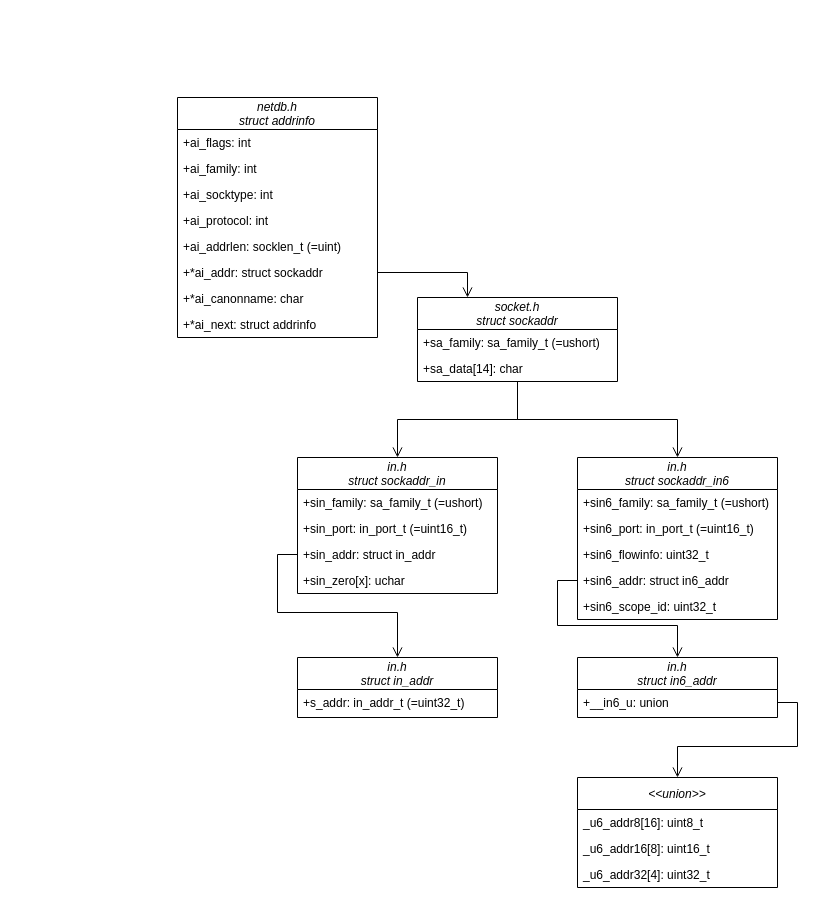
This is socket/doc/img/socket.drawio from Riliumph/cpp_util, a draw.io file, before an edit. Source tidied: cells renumbered, new cells numbered last; positions are measured from the earlier drawing's top-left corner, leaving out a move shared by most shapes. Both pictures are drawn from the tidied source at 100%, with x=0, y=0 at pixel (177, 97).
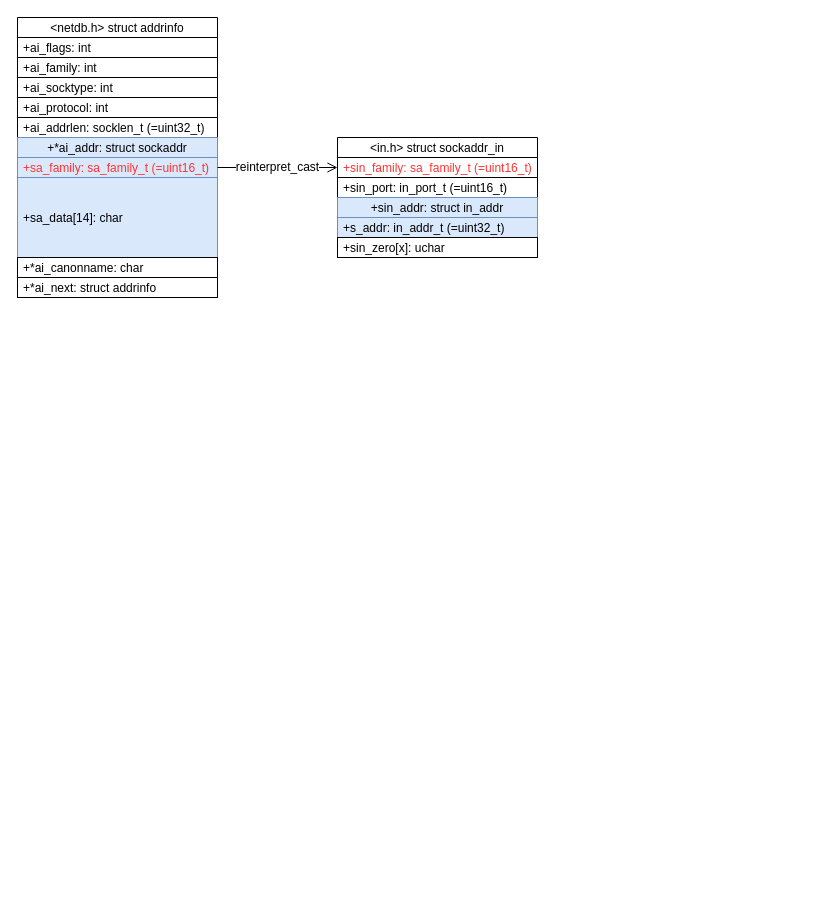
After the change.

Commit message (it also covers changes not shown here):
[update] struct addrinfo document

Diff of the diagram source:
```diff
@@
-    <mxCell id="2" value="netdb.h&#10;struct addrinfo" style="swimlane;fontStyle=2;align=center;verticalAlign=middle;horizontal=1;startSize=32;rounded=0;shadow=0;strokeWidth=1;" parent="1" vertex="1">
-      <mxGeometry width="200" height="240" as="geometry" />
-    </mxCell>
+    <mxCell id="39" value="&lt;netdb.h&gt; struct addrinfo" style="swimlane;fontStyle=0;align=center;verticalAlign=middle;horizontal=1;startSize=20;rounded=0;shadow=0;strokeWidth=1;" parent="1" vertex="1">
+      <mxGeometry x="-160" y="-80" width="200" height="280" as="geometry" />
+    </mxCell>
-    <mxCell id="3" value="+ai_flags: int" style="text;align=left;verticalAlign=top;spacingLeft=4;spacingRight=4;overflow=hidden;" parent="2" vertex="1">
-      <mxGeometry y="32" width="200" height="26" as="geometry" />
+    <mxCell id="3" value="+ai_flags: int" style="text;align=left;verticalAlign=middle;spacingLeft=4;spacingRight=4;overflow=hidden;fillColor=default;strokeColor=default;fontStyle=0;" parent="39" vertex="1">
+      <mxGeometry y="20" width="200" height="20" as="geometry" />
     </mxCell>
-    <mxCell id="4" value="+ai_family: int" style="text;align=left;verticalAlign=top;spacingLeft=4;spacingRight=4;overflow=hidden;rounded=0;shadow=0;html=0;" parent="2" vertex="1">
-      <mxGeometry y="58" width="200" height="26" as="geometry" />
+    <mxCell id="4" value="+ai_family: int" style="text;align=left;verticalAlign=middle;spacingLeft=4;spacingRight=4;overflow=hidden;rounded=0;shadow=0;html=0;fillColor=default;strokeColor=default;fontStyle=0;" parent="39" vertex="1">
+      <mxGeometry y="40" width="200" height="20" as="geometry" />
     </mxCell>
-    <mxCell id="5" value="+ai_socktype: int" style="text;align=left;verticalAlign=top;spacingLeft=4;spacingRight=4;overflow=hidden;rounded=0;shadow=0;html=0;" parent="2" vertex="1">
-      <mxGeometry y="84" width="200" height="26" as="geometry" />
+    <mxCell id="5" value="+ai_socktype: int" style="text;align=left;verticalAlign=middle;spacingLeft=4;spacingRight=4;overflow=hidden;rounded=0;shadow=0;html=0;fillColor=default;strokeColor=default;fontStyle=0;" parent="39" vertex="1">
+      <mxGeometry y="60" width="200" height="20" as="geometry" />
     </mxCell>
-    <mxCell id="6" value="+ai_protocol: int" style="text;align=left;verticalAlign=top;spacingLeft=4;spacingRight=4;overflow=hidden;" parent="2" vertex="1">
-      <mxGeometry y="110" width="200" height="26" as="geometry" />
+    <mxCell id="6" value="+ai_protocol: int" style="text;align=left;verticalAlign=middle;spacingLeft=4;spacingRight=4;overflow=hidden;fillColor=default;strokeColor=default;fontStyle=0;" parent="39" vertex="1">
+      <mxGeometry y="80" width="200" height="20" as="geometry" />
     </mxCell>
-    <mxCell id="7" value="+ai_addrlen: socklen_t (=uint)" style="text;align=left;verticalAlign=top;spacingLeft=4;spacingRight=4;overflow=hidden;rounded=0;shadow=0;html=0;" parent="2" vertex="1">
-      <mxGeometry y="136" width="200" height="26" as="geometry" />
-    </mxCell>
+    <mxCell id="40" value="+ai_addrlen: socklen_t (=uint32_t)" style="text;align=left;verticalAlign=middle;spacingLeft=4;spacingRight=4;overflow=hidden;rounded=0;shadow=0;html=0;fillColor=default;strokeColor=default;fontStyle=0;" parent="39" vertex="1">
+      <mxGeometry y="100" width="200" height="20" as="geometry" />
+    </mxCell>
-    <mxCell id="8" value="+*ai_addr: struct sockaddr" style="text;align=left;verticalAlign=top;spacingLeft=4;spacingRight=4;overflow=hidden;points=[[0,0.5],[1,0.5]];portConstraint=eastwest;rounded=0;shadow=0;html=0;" parent="2" vertex="1">
-      <mxGeometry y="162" width="200" height="26" as="geometry" />
+    <mxCell id="8" value="+*ai_addr: struct sockaddr" style="swimlane;fontStyle=0;align=center;verticalAlign=middle;horizontal=1;startSize=20;rounded=0;shadow=0;strokeWidth=1;fillColor=#dae8fc;strokeColor=#6c8ebf;" parent="39" vertex="1">
+      <mxGeometry y="120" width="200" height="120" as="geometry" />
     </mxCell>
+    <mxCell id="41" value="+sa_family: sa_family_t (=uint16_t)" style="text;align=left;verticalAlign=middle;spacingLeft=4;spacingRight=4;overflow=hidden;fillColor=#dae8fc;strokeColor=#6c8ebf;fontStyle=0;fontColor=#FF3333;" parent="8" vertex="1">
+      <mxGeometry y="20" width="200" height="20" as="geometry" />
+    </mxCell>
+    <mxCell id="15" value="+sa_data[14]: char" style="text;align=left;verticalAlign=middle;spacingLeft=4;spacingRight=4;overflow=hidden;rounded=0;shadow=0;html=0;fillColor=#dae8fc;strokeColor=#6c8ebf;fontStyle=0;" parent="8" vertex="1">
+      <mxGeometry y="40" width="200" height="80" as="geometry" />
+    </mxCell>
-    <mxCell id="9" value="+*ai_canonname: char" style="text;align=left;verticalAlign=top;spacingLeft=4;spacingRight=4;overflow=hidden;rounded=0;shadow=0;html=0;" parent="2" vertex="1">
-      <mxGeometry y="188" width="200" height="26" as="geometry" />
+    <mxCell id="9" value="+*ai_canonname: char" style="text;align=left;verticalAlign=middle;spacingLeft=4;spacingRight=4;overflow=hidden;rounded=0;shadow=0;html=0;fillColor=default;strokeColor=default;fontStyle=0;" parent="39" vertex="1">
+      <mxGeometry y="240" width="200" height="20" as="geometry" />
     </mxCell>
-    <mxCell id="10" value="+*ai_next: struct addrinfo" style="text;align=left;verticalAlign=top;spacingLeft=4;spacingRight=4;overflow=hidden;rounded=0;shadow=0;html=0;" parent="2" vertex="1">
-      <mxGeometry y="214" width="200" height="26" as="geometry" />
+    <mxCell id="10" value="+*ai_next: struct addrinfo" style="text;align=left;verticalAlign=middle;spacingLeft=4;spacingRight=4;overflow=hidden;rounded=0;shadow=0;html=0;fillColor=default;strokeColor=default;fontStyle=0;" parent="39" vertex="1">
+      <mxGeometry y="260" width="200" height="20" as="geometry" />
     </mxCell>
-    <mxCell id="11" style="edgeStyle=orthogonalEdgeStyle;rounded=0;jettySize=auto;html=1;entryX=0.5;entryY=0;entryDx=0;entryDy=0;fontSize=12;endArrow=open;endFill=0;startSize=32;endSize=8;" parent="1" edge="1" source="13" target="17">
-      <mxGeometry relative="1" as="geometry" />
-    </mxCell>
-    <mxCell id="12" style="edgeStyle=orthogonalEdgeStyle;rounded=0;jettySize=auto;html=1;entryX=0.5;entryY=0;entryDx=0;entryDy=0;fontSize=12;endArrow=open;endFill=0;startSize=32;endSize=8;" parent="1" edge="1" source="13" target="22">
-      <mxGeometry relative="1" as="geometry" />
-    </mxCell>
-    <mxCell id="13" value="socket.h&#10;struct sockaddr" style="swimlane;fontStyle=2;align=center;verticalAlign=middle;horizontal=1;startSize=32;rounded=0;shadow=0;strokeWidth=1;" parent="1" vertex="1">
-      <mxGeometry x="240" y="200" width="200" height="84" as="geometry" />
-    </mxCell>
-    <mxCell id="14" value="+sa_family: sa_family_t (=ushort)" style="text;align=left;verticalAlign=top;spacingLeft=4;spacingRight=4;overflow=hidden;" parent="13" vertex="1">
-      <mxGeometry y="32" width="200" height="26" as="geometry" />
-    </mxCell>
-    <mxCell id="15" value="+sa_data[14]: char" style="text;align=left;verticalAlign=top;spacingLeft=4;spacingRight=4;overflow=hidden;rounded=0;shadow=0;html=0;" parent="13" vertex="1">
-      <mxGeometry y="58" width="200" height="26" as="geometry" />
-    </mxCell>
-    <mxCell id="16" style="edgeStyle=orthogonalEdgeStyle;rounded=0;jettySize=auto;html=1;exitX=1;exitY=0.5;exitDx=0;exitDy=0;entryX=0.25;entryY=0;entryDx=0;entryDy=0;fontSize=12;startSize=8;endSize=8;endArrow=open;endFill=0;" parent="1" edge="1" source="8" target="13">
-      <mxGeometry relative="1" as="geometry" />
-    </mxCell>
-    <mxCell id="17" value="in.h&#10;struct sockaddr_in" style="swimlane;fontStyle=2;align=center;verticalAlign=middle;horizontal=1;startSize=32;rounded=0;shadow=0;strokeWidth=1;" parent="1" vertex="1">
-      <mxGeometry x="120" y="360" width="200" height="136" as="geometry" />
-    </mxCell>
-    <mxCell id="18" value="+sin_family: sa_family_t (=ushort)" style="text;align=left;verticalAlign=top;spacingLeft=4;spacingRight=4;overflow=hidden;" parent="17" vertex="1">
-      <mxGeometry y="32" width="200" height="26" as="geometry" />
-    </mxCell>
+    <mxCell id="42" value="reinterpret_cast" style="edgeStyle=orthogonalEdgeStyle;rounded=0;jettySize=auto;html=1;fontSize=12;endArrow=open;endFill=0;startSize=32;endSize=8;exitX=1;exitY=0.25;exitDx=0;exitDy=0;verticalAlign=middle;entryX=0;entryY=0.25;entryDx=0;entryDy=0;fontStyle=0;" parent="1" edge="1" source="8" target="43">
+      <mxGeometry relative="1" as="geometry" />
+    </mxCell>
+    <mxCell id="43" value="&lt;in.h&gt; struct sockaddr_in" style="swimlane;fontStyle=0;align=center;verticalAlign=middle;horizontal=1;startSize=20;rounded=0;shadow=0;strokeWidth=1;strokeColor=default;fontFamily=Helvetica;fontSize=12;fontColor=default;fillColor=default;" parent="1" vertex="1">
+      <mxGeometry x="160" y="40" width="200" height="120" as="geometry" />
+    </mxCell>
+    <mxCell id="44" value="+sin_family: sa_family_t (=uint16_t)" style="text;align=left;verticalAlign=middle;spacingLeft=4;spacingRight=4;overflow=hidden;fillColor=default;strokeColor=default;fontFamily=Helvetica;fontSize=12;fontColor=#FF3333;fontStyle=0;" parent="43" vertex="1">
+      <mxGeometry y="20" width="200" height="20" as="geometry" />
+    </mxCell>
-    <mxCell id="19" value="+sin_port: in_port_t (=uint16_t)" style="text;align=left;verticalAlign=top;spacingLeft=4;spacingRight=4;overflow=hidden;rounded=0;shadow=0;html=0;" parent="17" vertex="1">
-      <mxGeometry y="58" width="200" height="26" as="geometry" />
+    <mxCell id="19" value="+sin_port: in_port_t (=uint16_t)" style="text;align=left;verticalAlign=middle;spacingLeft=4;spacingRight=4;overflow=hidden;rounded=0;shadow=0;html=0;fillColor=default;strokeColor=default;fontFamily=Helvetica;fontSize=12;fontColor=default;fontStyle=0;" parent="43" vertex="1">
+      <mxGeometry y="40" width="200" height="20" as="geometry" />
     </mxCell>
-    <mxCell id="20" value="+sin_addr: struct in_addr" style="text;align=left;verticalAlign=top;spacingLeft=4;spacingRight=4;overflow=hidden;points=[[0,0.5],[1,0.5]];portConstraint=eastwest;rounded=0;shadow=0;html=0;" parent="17" vertex="1">
-      <mxGeometry y="84" width="200" height="26" as="geometry" />
+    <mxCell id="20" value="+sin_addr: struct in_addr" style="swimlane;fontStyle=0;align=center;verticalAlign=middle;horizontal=1;startSize=20;rounded=0;shadow=0;strokeWidth=1;fillColor=#dae8fc;strokeColor=#6c8ebf;" parent="43" vertex="1">
+      <mxGeometry y="60" width="200" height="40" as="geometry" />
     </mxCell>
+    <mxCell id="29" value="+s_addr: in_addr_t (=uint32_t)" style="text;align=left;verticalAlign=middle;spacingLeft=4;spacingRight=4;overflow=hidden;fillColor=#dae8fc;strokeColor=#6c8ebf;fontStyle=0;" parent="20" vertex="1">
+      <mxGeometry y="20" width="200" height="20" as="geometry" />
+    </mxCell>
-    <mxCell id="21" value="+sin_zero[x]: uchar" style="text;align=left;verticalAlign=top;spacingLeft=4;spacingRight=4;overflow=hidden;rounded=0;shadow=0;html=0;" parent="17" vertex="1">
-      <mxGeometry y="110" width="200" height="26" as="geometry" />
+    <mxCell id="21" value="+sin_zero[x]: uchar" style="text;align=left;verticalAlign=middle;spacingLeft=4;spacingRight=4;overflow=hidden;rounded=0;shadow=0;html=0;fillColor=default;strokeColor=default;fontFamily=Helvetica;fontSize=12;fontColor=default;fontStyle=0;" parent="43" vertex="1">
+      <mxGeometry y="100" width="200" height="20" as="geometry" />
     </mxCell>
-    <mxCell id="22" value="in.h&#10;struct sockaddr_in6" style="swimlane;fontStyle=2;align=center;verticalAlign=middle;horizontal=1;startSize=32;rounded=0;shadow=0;strokeWidth=1;" parent="1" vertex="1">
-      <mxGeometry x="400" y="360" width="200" height="162" as="geometry" />
-    </mxCell>
-    <mxCell id="23" value="+sin6_family: sa_family_t (=ushort)" style="text;align=left;verticalAlign=top;spacingLeft=4;spacingRight=4;overflow=hidden;" parent="22" vertex="1">
-      <mxGeometry y="32" width="200" height="26" as="geometry" />
-    </mxCell>
-    <mxCell id="24" value="+sin6_port: in_port_t (=uint16_t)" style="text;align=left;verticalAlign=top;spacingLeft=4;spacingRight=4;overflow=hidden;rounded=0;shadow=0;html=0;" parent="22" vertex="1">
-      <mxGeometry y="58" width="200" height="26" as="geometry" />
-    </mxCell>
-    <mxCell id="25" value="+sin6_flowinfo: uint32_t" style="text;align=left;verticalAlign=top;spacingLeft=4;spacingRight=4;overflow=hidden;rounded=0;shadow=0;html=0;" parent="22" vertex="1">
-      <mxGeometry y="84" width="200" height="26" as="geometry" />
-    </mxCell>
-    <mxCell id="26" value="+sin6_addr: struct in6_addr" style="text;align=left;verticalAlign=top;spacingLeft=4;spacingRight=4;overflow=hidden;points=[[0,0.5],[1,0.5]];portConstraint=eastwest;rounded=0;shadow=0;html=0;" parent="22" vertex="1">
-      <mxGeometry y="110" width="200" height="26" as="geometry" />
-    </mxCell>
-    <mxCell id="27" value="+sin6_scope_id: uint32_t" style="text;align=left;verticalAlign=top;spacingLeft=4;spacingRight=4;overflow=hidden;rounded=0;shadow=0;html=0;" parent="22" vertex="1">
-      <mxGeometry y="136" width="200" height="26" as="geometry" />
-    </mxCell>
-    <mxCell id="28" value="in.h&#10;struct in_addr" style="swimlane;fontStyle=2;align=center;verticalAlign=middle;horizontal=1;startSize=32;rounded=0;shadow=0;strokeWidth=1;" parent="1" vertex="1">
-      <mxGeometry x="120" y="560" width="200" height="60" as="geometry" />
-    </mxCell>
-    <mxCell id="29" value="+s_addr: in_addr_t (=uint32_t)" style="text;align=left;verticalAlign=top;spacingLeft=4;spacingRight=4;overflow=hidden;" parent="28" vertex="1">
-      <mxGeometry y="32" width="200" height="26" as="geometry" />
-    </mxCell>
-    <mxCell id="30" style="edgeStyle=orthogonalEdgeStyle;rounded=0;jettySize=auto;html=1;fontSize=12;fontColor=#3ec8b1;endArrow=open;endFill=0;startSize=32;endSize=8;" parent="1" edge="1" source="20" target="28">
-      <mxGeometry relative="1" as="geometry" />
-    </mxCell>
-    <mxCell id="31" value="in.h&#10;struct in6_addr" style="swimlane;fontStyle=2;align=center;verticalAlign=middle;horizontal=1;startSize=32;rounded=0;shadow=0;strokeWidth=1;" parent="1" vertex="1">
-      <mxGeometry x="400" y="560" width="200" height="60" as="geometry" />
-    </mxCell>
-    <mxCell id="32" value="+__in6_u: union" style="text;align=left;verticalAlign=top;spacingLeft=4;spacingRight=4;overflow=hidden;points=[[0,0.5],[1,0.5]];portConstraint=eastwest;" parent="31" vertex="1">
-      <mxGeometry y="32" width="200" height="26" as="geometry" />
-    </mxCell>
-    <mxCell id="33" style="edgeStyle=orthogonalEdgeStyle;rounded=0;jettySize=auto;html=1;entryX=0.5;entryY=0;entryDx=0;entryDy=0;fontSize=12;fontColor=#3ec8b1;endArrow=open;endFill=0;startSize=32;endSize=8;" parent="1" edge="1" source="26" target="31">
-      <mxGeometry relative="1" as="geometry" />
-    </mxCell>
-    <mxCell id="34" value="&lt;&lt;union&gt;&gt;" style="swimlane;fontStyle=2;align=center;verticalAlign=middle;horizontal=1;startSize=32;rounded=0;shadow=0;strokeWidth=1;" parent="1" vertex="1">
-      <mxGeometry x="400" y="680" width="200" height="110" as="geometry" />
-    </mxCell>
-    <mxCell id="35" value="_u6_addr8[16]: uint8_t" style="text;align=left;verticalAlign=top;spacingLeft=4;spacingRight=4;overflow=hidden;" parent="34" vertex="1">
-      <mxGeometry y="32" width="200" height="26" as="geometry" />
-    </mxCell>
-    <mxCell id="36" value="_u6_addr16[8]: uint16_t" style="text;align=left;verticalAlign=top;spacingLeft=4;spacingRight=4;overflow=hidden;" parent="34" vertex="1">
-      <mxGeometry y="58" width="200" height="26" as="geometry" />
-    </mxCell>
-    <mxCell id="37" value="_u6_addr32[4]: uint32_t" style="text;align=left;verticalAlign=top;spacingLeft=4;spacingRight=4;overflow=hidden;" parent="34" vertex="1">
-      <mxGeometry y="84" width="200" height="26" as="geometry" />
-    </mxCell>
-    <mxCell id="38" style="edgeStyle=orthogonalEdgeStyle;rounded=0;jettySize=auto;html=1;exitX=1;exitY=0.5;exitDx=0;exitDy=0;fontSize=12;fontColor=#000000;endArrow=open;endFill=0;startSize=32;endSize=8;" parent="1" edge="1" source="32" target="34">
-      <mxGeometry relative="1" as="geometry" />
-    </mxCell>
```
